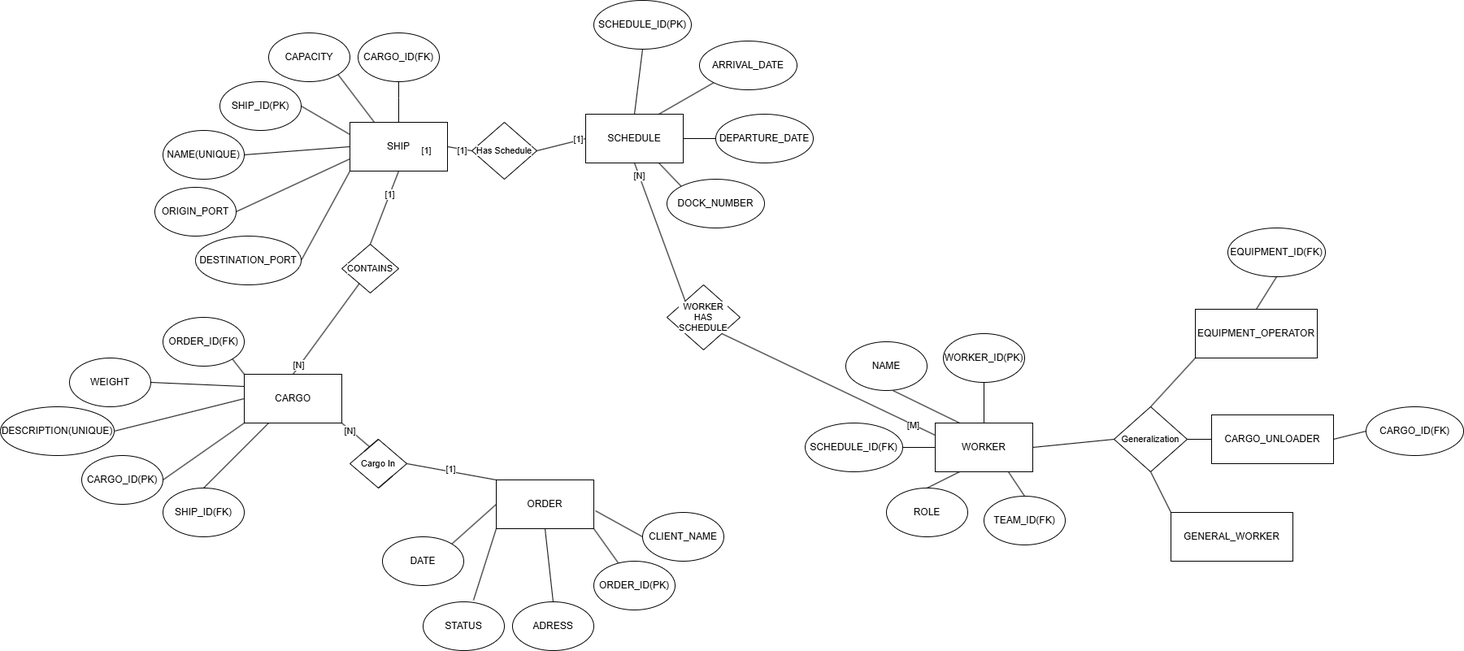
DarthRomolus/CarGarage keeps this draw.io diagram as PortManagment.drawio.png. Above is the earlier version. Source tidied: cells renumbered, new cells last; positions are measured from the earlier drawing's top-left corner, leaving out a move shared by most shapes.
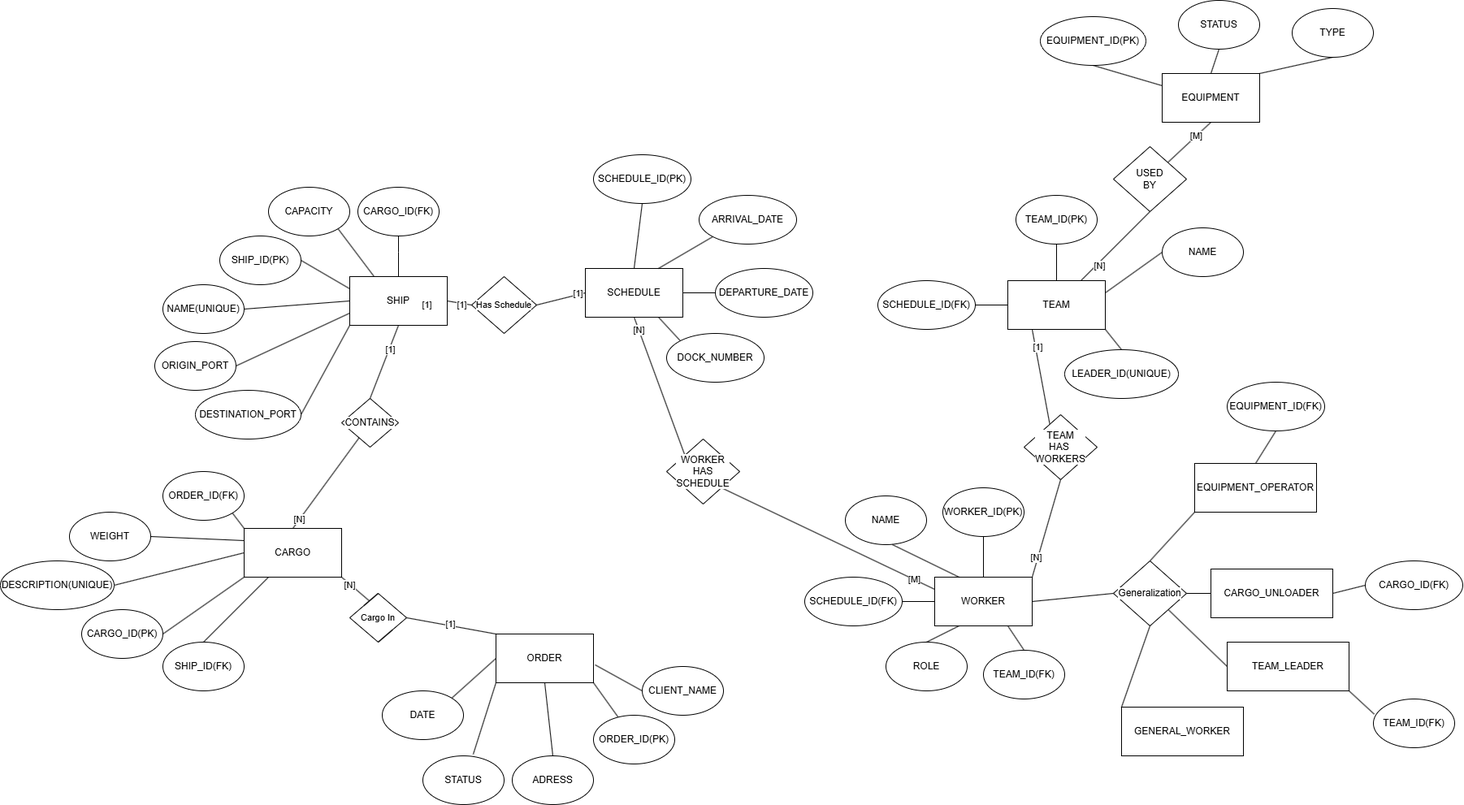
Later version of the same file.

What changed in the source:
```diff
@@ -148,7 +148,7 @@
     <mxCell id="47" value="[1]" style="edgeLabel;html=1;align=center;verticalAlign=middle;fontFamily=Helvetica;fontSize=11;fontColor=default;labelBackgroundColor=default;" parent="46" vertex="1">
       <mxGeometry x="0.37" relative="1" as="geometry" />
     </mxCell>
-    <mxCell id="48" value="CONTAINS" style="rhombus;whiteSpace=wrap;html=1;fontFamily=Helvetica;fontSize=11;fontColor=default;labelBackgroundColor=default;" parent="1" vertex="1">
+    <mxCell id="48" value="&lt;font style=&quot;font-size: 12px;&quot;&gt;CONTAINS&lt;/font&gt;" style="rhombus;whiteSpace=wrap;html=1;fontFamily=Helvetica;fontSize=11;fontColor=default;labelBackgroundColor=default;" parent="1" vertex="1">
       <mxGeometry x="420" y="300" width="70" height="60" as="geometry" />
     </mxCell>
     <mxCell id="49" style="edgeStyle=none;shape=connector;rounded=0;jettySize=auto;html=1;exitX=0;exitY=0.5;exitDx=0;exitDy=0;entryX=1;entryY=0.5;entryDx=0;entryDy=0;strokeColor=default;align=center;verticalAlign=middle;fontFamily=Helvetica;fontSize=11;fontColor=default;labelBackgroundColor=default;startFill=0;endArrow=none;" parent="1" edge="1" source="32" target="51">
@@ -215,6 +215,14 @@
     <mxCell id="68" value="[M]" style="edgeLabel;html=1;align=center;verticalAlign=middle;fontFamily=Helvetica;fontSize=11;fontColor=default;labelBackgroundColor=default;" parent="67" vertex="1">
       <mxGeometry x="-0.79" relative="1" as="geometry" />
     </mxCell>
+    <mxCell id="92" style="edgeStyle=none;shape=connector;rounded=0;jettySize=auto;html=1;exitX=1;exitY=0;exitDx=0;exitDy=0;entryX=0.5;entryY=1;entryDx=0;entryDy=0;strokeColor=default;align=center;verticalAlign=middle;fontFamily=Helvetica;fontSize=11;fontColor=default;labelBackgroundColor=default;startFill=0;endArrow=none;" parent="1" edge="1" source="69" target="111">
+      <mxGeometry relative="1" as="geometry" />
+    </mxCell>
+    <mxCell id="93" value="[N]" style="edgeLabel;html=1;align=center;verticalAlign=middle;fontFamily=Helvetica;fontSize=11;fontColor=default;labelBackgroundColor=default;" parent="92" vertex="1">
+      <mxGeometry x="-0.58" y="2" relative="1" as="geometry">
+        <mxPoint x="-1" as="offset" />
+      </mxGeometry>
+    </mxCell>
     <mxCell id="69" value="WORKER" style="rounded=0;whiteSpace=wrap;html=1;" parent="1" vertex="1">
       <mxGeometry x="1150" y="520" width="120" height="60" as="geometry" />
     </mxCell>
@@ -242,7 +250,10 @@
     <mxCell id="77" style="edgeStyle=none;shape=connector;rounded=0;jettySize=auto;html=1;exitX=0.5;exitY=1;exitDx=0;exitDy=0;entryX=0;entryY=0;entryDx=0;entryDy=0;strokeColor=default;align=center;verticalAlign=middle;fontFamily=Helvetica;fontSize=11;fontColor=default;labelBackgroundColor=default;startFill=0;endArrow=none;" parent="1" edge="1" source="78" target="84">
       <mxGeometry relative="1" as="geometry" />
     </mxCell>
+    <mxCell id="94" style="edgeStyle=none;shape=connector;rounded=0;jettySize=auto;html=1;exitX=1;exitY=1;exitDx=0;exitDy=0;entryX=0;entryY=0.5;entryDx=0;entryDy=0;strokeColor=default;align=center;verticalAlign=middle;fontFamily=Helvetica;fontSize=11;fontColor=default;labelBackgroundColor=default;startFill=0;endArrow=none;" parent="1" edge="1" source="78" target="105">
+      <mxGeometry relative="1" as="geometry" />
+    </mxCell>
-    <mxCell id="78" value="Generalization" style="rhombus;whiteSpace=wrap;html=1;fontFamily=Helvetica;fontSize=11;fontColor=default;labelBackgroundColor=default;" parent="1" vertex="1">
+    <mxCell id="78" value="&lt;font style=&quot;font-size: 12px;&quot;&gt;Generalization&lt;/font&gt;" style="rhombus;whiteSpace=wrap;html=1;fontFamily=Helvetica;fontSize=11;fontColor=default;labelBackgroundColor=default;" parent="1" vertex="1">
       <mxGeometry x="1370" y="500" width="90" height="80" as="geometry" />
     </mxCell>
     <mxCell id="79" style="edgeStyle=none;shape=connector;rounded=0;jettySize=auto;html=1;exitX=0.5;exitY=0;exitDx=0;exitDy=0;entryX=0.5;entryY=1;entryDx=0;entryDy=0;strokeColor=default;align=center;verticalAlign=middle;fontFamily=Helvetica;fontSize=11;fontColor=default;labelBackgroundColor=default;startFill=0;endArrow=none;" parent="1" edge="1" source="80" target="85">
@@ -261,7 +272,7 @@
       <mxGeometry x="1490" y="510" width="150" height="60" as="geometry" />
     </mxCell>
     <mxCell id="84" value="GENERAL_WORKER" style="rounded=0;whiteSpace=wrap;html=1;" parent="1" vertex="1">
-      <mxGeometry x="1440" y="630" width="150" height="60" as="geometry" />
+      <mxGeometry x="1380" y="680" width="150" height="60" as="geometry" />
     </mxCell>
     <mxCell id="85" value="EQUIPMENT_ID(FK)" style="ellipse;whiteSpace=wrap;html=1;" parent="1" vertex="1">
       <mxGeometry x="1510" y="280" width="120" height="60" as="geometry" />
@@ -278,11 +289,96 @@
     <mxCell id="89" value="[N]" style="edgeLabel;html=1;align=center;verticalAlign=middle;fontFamily=Helvetica;fontSize=11;fontColor=default;labelBackgroundColor=default;" parent="88" vertex="1">
       <mxGeometry x="0.82" relative="1" as="geometry" />
     </mxCell>
-    <mxCell id="90" value="WORKER&lt;div&gt;HAS&lt;/div&gt;&lt;div&gt;SCHEDULE&lt;/div&gt;" style="rhombus;whiteSpace=wrap;html=1;fontFamily=Helvetica;fontSize=11;fontColor=default;labelBackgroundColor=default;" parent="1" vertex="1">
+    <mxCell id="90" value="&lt;font style=&quot;font-size: 12px;&quot;&gt;WORKER&lt;/font&gt;&lt;div&gt;&lt;font style=&quot;font-size: 12px;&quot;&gt;HAS&lt;/font&gt;&lt;/div&gt;&lt;div&gt;&lt;font style=&quot;font-size: 12px;&quot;&gt;SCHEDULE&lt;/font&gt;&lt;/div&gt;" style="rhombus;whiteSpace=wrap;html=1;fontFamily=Helvetica;fontSize=11;fontColor=default;labelBackgroundColor=default;" parent="1" vertex="1">
       <mxGeometry x="820" y="350" width="90" height="80" as="geometry" />
     </mxCell>
     <mxCell id="91" value="CARGO_ID(FK)" style="ellipse;whiteSpace=wrap;html=1;" parent="1" vertex="1">
       <mxGeometry x="1680" y="500" width="120" height="60" as="geometry" />
     </mxCell>
+    <mxCell id="95" style="edgeStyle=none;shape=connector;rounded=0;jettySize=auto;html=1;exitX=0.5;exitY=0;exitDx=0;exitDy=0;entryX=0.5;entryY=1;entryDx=0;entryDy=0;strokeColor=default;align=center;verticalAlign=middle;fontFamily=Helvetica;fontSize=11;fontColor=default;labelBackgroundColor=default;startFill=0;endArrow=none;" parent="1" edge="1" source="102" target="103">
+      <mxGeometry relative="1" as="geometry" />
+    </mxCell>
+    <mxCell id="96" style="edgeStyle=none;shape=connector;rounded=0;jettySize=auto;html=1;exitX=1;exitY=0.25;exitDx=0;exitDy=0;entryX=0;entryY=0.5;entryDx=0;entryDy=0;strokeColor=default;align=center;verticalAlign=middle;fontFamily=Helvetica;fontSize=11;fontColor=default;labelBackgroundColor=default;startFill=0;endArrow=none;" parent="1" edge="1" source="102" target="104">
+      <mxGeometry relative="1" as="geometry" />
+    </mxCell>
+    <mxCell id="97" style="edgeStyle=none;shape=connector;rounded=0;jettySize=auto;html=1;exitX=1;exitY=1;exitDx=0;exitDy=0;entryX=0.5;entryY=0;entryDx=0;entryDy=0;strokeColor=default;align=center;verticalAlign=middle;fontFamily=Helvetica;fontSize=11;fontColor=default;labelBackgroundColor=default;startFill=0;endArrow=none;" parent="1" edge="1" source="102" target="110">
+      <mxGeometry relative="1" as="geometry" />
+    </mxCell>
+    <mxCell id="98" style="edgeStyle=none;shape=connector;rounded=0;jettySize=auto;html=1;exitX=0.25;exitY=1;exitDx=0;exitDy=0;strokeColor=default;align=center;verticalAlign=middle;fontFamily=Helvetica;fontSize=11;fontColor=default;labelBackgroundColor=default;startFill=0;endArrow=none;entryX=0.359;entryY=0.192;entryDx=0;entryDy=0;entryPerimeter=0;" parent="1" edge="1" source="102" target="111">
+      <mxGeometry relative="1" as="geometry" />
+    </mxCell>
+    <mxCell id="99" value="[1]" style="edgeLabel;html=1;align=center;verticalAlign=middle;fontFamily=Helvetica;fontSize=11;fontColor=default;labelBackgroundColor=default;" parent="98" vertex="1">
+      <mxGeometry x="-0.63" y="2" relative="1" as="geometry" />
+    </mxCell>
+    <mxCell id="100" style="edgeStyle=none;shape=connector;rounded=0;jettySize=auto;html=1;exitX=0.75;exitY=0;exitDx=0;exitDy=0;entryX=0.5;entryY=1;entryDx=0;entryDy=0;strokeColor=default;align=center;verticalAlign=middle;fontFamily=Helvetica;fontSize=11;fontColor=default;labelBackgroundColor=default;startFill=0;endArrow=none;" parent="1" edge="1" source="102" target="121">
+      <mxGeometry relative="1" as="geometry" />
+    </mxCell>
+    <mxCell id="101" value="[N]" style="edgeLabel;html=1;align=center;verticalAlign=middle;fontFamily=Helvetica;fontSize=11;fontColor=default;labelBackgroundColor=default;" parent="100" vertex="1">
+      <mxGeometry x="-0.53" y="-2" relative="1" as="geometry" />
+    </mxCell>
+    <mxCell id="102" value="TEAM" style="rounded=0;whiteSpace=wrap;html=1;" parent="1" vertex="1">
+      <mxGeometry x="1240" y="155" width="120" height="60" as="geometry" />
+    </mxCell>
+    <mxCell id="103" value="TEAM_ID(PK)" style="ellipse;whiteSpace=wrap;html=1;" parent="1" vertex="1">
+      <mxGeometry x="1250" y="50" width="100" height="60" as="geometry" />
+    </mxCell>
+    <mxCell id="104" value="NAME" style="ellipse;whiteSpace=wrap;html=1;" parent="1" vertex="1">
+      <mxGeometry x="1430" y="90" width="100" height="60" as="geometry" />
+    </mxCell>
+    <mxCell id="105" value="TEAM_LEADER" style="rounded=0;whiteSpace=wrap;html=1;" parent="1" vertex="1">
+      <mxGeometry x="1510" y="600" width="150" height="60" as="geometry" />
+    </mxCell>
+    <mxCell id="106" value="TEAM_ID(FK)" style="ellipse;whiteSpace=wrap;html=1;" parent="1" vertex="1">
+      <mxGeometry x="1690" y="670" width="100" height="60" as="geometry" />
+    </mxCell>
+    <mxCell id="107" style="edgeStyle=none;shape=connector;rounded=0;jettySize=auto;html=1;exitX=1;exitY=1;exitDx=0;exitDy=0;entryX=0.01;entryY=0.311;entryDx=0;entryDy=0;entryPerimeter=0;strokeColor=default;align=center;verticalAlign=middle;fontFamily=Helvetica;fontSize=11;fontColor=default;labelBackgroundColor=default;startFill=0;endArrow=none;" parent="1" edge="1" source="105" target="106">
+      <mxGeometry relative="1" as="geometry" />
+    </mxCell>
+    <mxCell id="108" style="edgeStyle=none;shape=connector;rounded=0;jettySize=auto;html=1;exitX=1;exitY=0.5;exitDx=0;exitDy=0;entryX=0;entryY=0.5;entryDx=0;entryDy=0;strokeColor=default;align=center;verticalAlign=middle;fontFamily=Helvetica;fontSize=11;fontColor=default;labelBackgroundColor=default;startFill=0;endArrow=none;" parent="1" edge="1" source="109">
+      <mxGeometry relative="1" as="geometry">
+        <mxPoint x="1240" y="185" as="targetPoint" />
+      </mxGeometry>
+    </mxCell>
+    <mxCell id="109" value="SCHEDULE_ID(FK)" style="ellipse;whiteSpace=wrap;html=1;" parent="1" vertex="1">
+      <mxGeometry x="1080" y="155" width="120" height="60" as="geometry" />
+    </mxCell>
+    <mxCell id="110" value="LEADER_ID(UNIQUE)" style="ellipse;whiteSpace=wrap;html=1;" parent="1" vertex="1">
+      <mxGeometry x="1310" y="240" width="140" height="60" as="geometry" />
+    </mxCell>
+    <mxCell id="111" value="&lt;font style=&quot;font-size: 12px;&quot;&gt;TEAM&lt;/font&gt;&lt;div&gt;&lt;font style=&quot;font-size: 12px;&quot;&gt;HAS&amp;nbsp;&lt;/font&gt;&lt;/div&gt;&lt;div&gt;&lt;font style=&quot;font-size: 12px;&quot;&gt;WORKERS&lt;/font&gt;&lt;/div&gt;" style="rhombus;whiteSpace=wrap;html=1;fontFamily=Helvetica;fontSize=11;fontColor=default;labelBackgroundColor=default;" parent="1" vertex="1">
+      <mxGeometry x="1260" y="320" width="90" height="80" as="geometry" />
+    </mxCell>
+    <mxCell id="112" style="edgeStyle=none;shape=connector;rounded=0;jettySize=auto;html=1;exitX=0;exitY=0.25;exitDx=0;exitDy=0;entryX=0.5;entryY=1;entryDx=0;entryDy=0;strokeColor=default;align=center;verticalAlign=middle;fontFamily=Helvetica;fontSize=11;fontColor=default;labelBackgroundColor=default;startFill=0;endArrow=none;" parent="1" edge="1" source="117" target="118">
+      <mxGeometry relative="1" as="geometry" />
+    </mxCell>
+    <mxCell id="113" style="edgeStyle=none;shape=connector;rounded=0;jettySize=auto;html=1;exitX=0.5;exitY=0;exitDx=0;exitDy=0;entryX=0.5;entryY=1;entryDx=0;entryDy=0;strokeColor=default;align=center;verticalAlign=middle;fontFamily=Helvetica;fontSize=11;fontColor=default;labelBackgroundColor=default;startFill=0;endArrow=none;" parent="1" edge="1" source="117" target="119">
+      <mxGeometry relative="1" as="geometry" />
+    </mxCell>
+    <mxCell id="114" style="edgeStyle=none;shape=connector;rounded=0;jettySize=auto;html=1;exitX=1;exitY=0;exitDx=0;exitDy=0;entryX=0.5;entryY=1;entryDx=0;entryDy=0;strokeColor=default;align=center;verticalAlign=middle;fontFamily=Helvetica;fontSize=11;fontColor=default;labelBackgroundColor=default;startFill=0;endArrow=none;" parent="1" edge="1" source="117" target="120">
+      <mxGeometry relative="1" as="geometry" />
+    </mxCell>
+    <mxCell id="115" style="edgeStyle=none;shape=connector;rounded=0;jettySize=auto;html=1;exitX=0.5;exitY=1;exitDx=0;exitDy=0;strokeColor=default;align=center;verticalAlign=middle;fontFamily=Helvetica;fontSize=11;fontColor=default;labelBackgroundColor=default;startFill=0;endArrow=none;" parent="1" edge="1" source="117" target="121">
+      <mxGeometry relative="1" as="geometry" />
+    </mxCell>
+    <mxCell id="116" value="[M]" style="edgeLabel;html=1;align=center;verticalAlign=middle;fontFamily=Helvetica;fontSize=11;fontColor=default;labelBackgroundColor=default;" parent="115" vertex="1">
+      <mxGeometry x="-0.32" relative="1" as="geometry">
+        <mxPoint y="-1" as="offset" />
+      </mxGeometry>
+    </mxCell>
+    <mxCell id="117" value="EQUIPMENT" style="rounded=0;whiteSpace=wrap;html=1;" parent="1" vertex="1">
+      <mxGeometry x="1430" y="-100" width="120" height="60" as="geometry" />
+    </mxCell>
+    <mxCell id="118" value="EQUIPMENT_ID(PK)" style="ellipse;whiteSpace=wrap;html=1;" parent="1" vertex="1">
+      <mxGeometry x="1280" y="-170" width="130" height="60" as="geometry" />
+    </mxCell>
+    <mxCell id="119" value="STATUS" style="ellipse;whiteSpace=wrap;html=1;" parent="1" vertex="1">
+      <mxGeometry x="1450" y="-190" width="100" height="60" as="geometry" />
+    </mxCell>
+    <mxCell id="120" value="TYPE" style="ellipse;whiteSpace=wrap;html=1;" parent="1" vertex="1">
+      <mxGeometry x="1590" y="-180" width="100" height="60" as="geometry" />
+    </mxCell>
+    <mxCell id="121" value="&lt;font style=&quot;font-size: 12px;&quot;&gt;USED&lt;/font&gt;&lt;div&gt;&lt;font style=&quot;font-size: 12px;&quot;&gt;BY&lt;/font&gt;&lt;/div&gt;" style="rhombus;whiteSpace=wrap;html=1;fontFamily=Helvetica;fontSize=11;fontColor=default;labelBackgroundColor=default;" parent="1" vertex="1">
+      <mxGeometry x="1370" y="-10" width="90" height="80" as="geometry" />
+    </mxCell>
   </root>
 </mxGraphModel>
```
